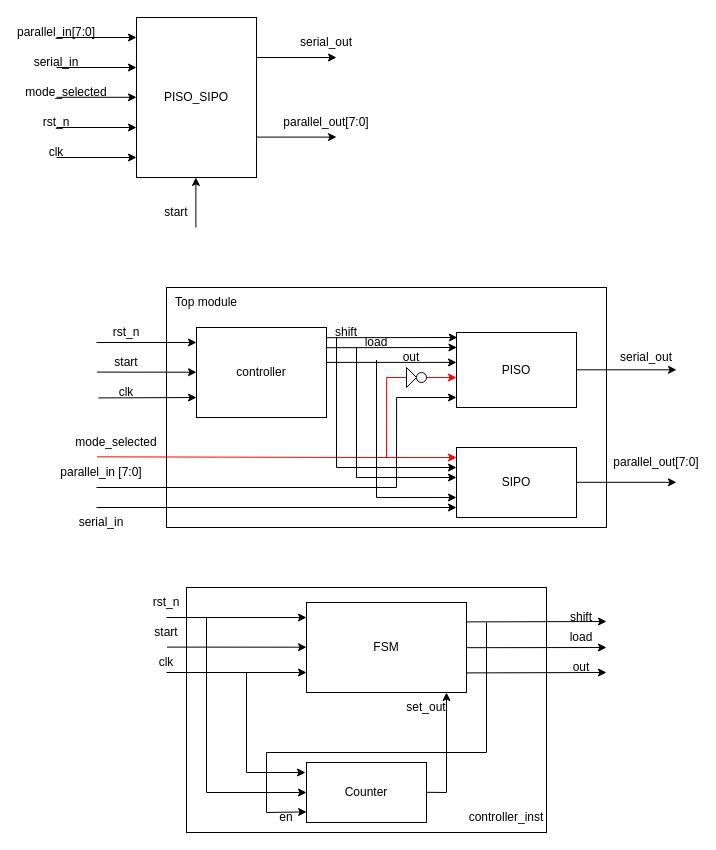
Earlier version of the draw.io diagram page "PISO_SIPO High level block" (1 of 2) of Untitled Diagram.drawio (106210049/SIPO_PISO). Source tidied: cells renumbered, new cells numbered last; positions are measured from the earlier drawing's top-left corner, leaving out a move shared by most shapes. Both pictures are drawn from the tidied source at 100%, with x=0, y=0 at pixel (26, 17).
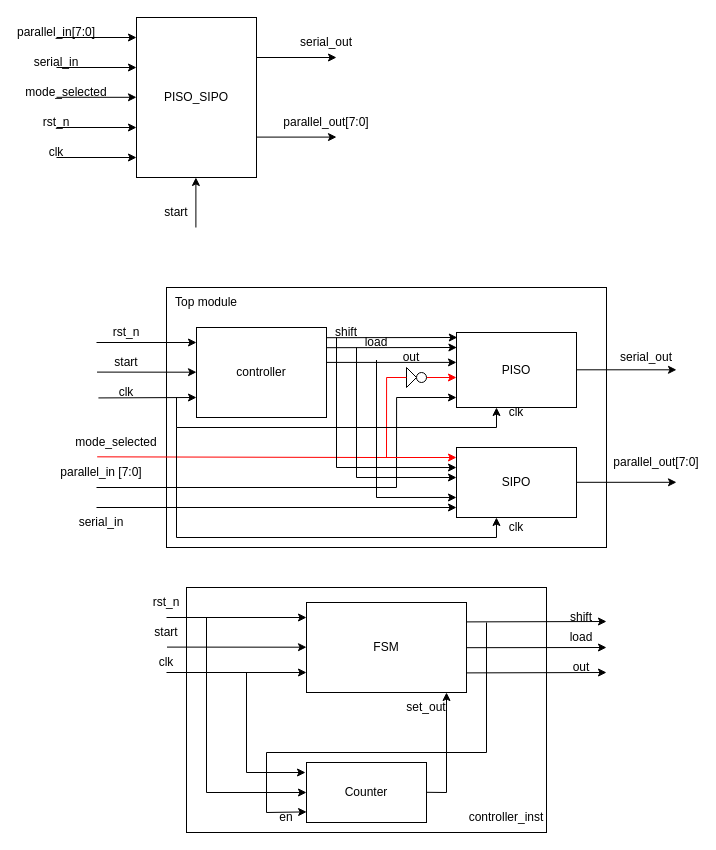
After the change.

Unchanged cells that the change refers to:
```xml
<mxCell id="28" value="SIPO" style="rounded=0;whiteSpace=wrap;html=1;" parent="1" vertex="1">
  <mxGeometry x="430" y="430" width="120" height="70" as="geometry" />
</mxCell>
```

Change to the diagram source:
```diff
@@
+    <mxCell id="88" style="rounded=0;whiteSpace=wrap;html=1;" parent="1" vertex="1">
+      <mxGeometry x="140" y="270" width="440" height="260" as="geometry" />
+    </mxCell>
@@
-    <mxCell id="3" style="rounded=0;whiteSpace=wrap;html=1;" parent="1" vertex="1">
-      <mxGeometry x="140" y="270" width="440" height="240" as="geometry" />
-    </mxCell>
@@
+    <mxCell id="89" style="endArrow=classic;html=1;rounded=0;" parent="1" edge="1">
+      <mxGeometry relative="1" as="geometry">
+        <mxPoint x="470" y="410" as="sourcePoint" />
+        <mxPoint x="470" y="390" as="targetPoint" />
+      </mxGeometry>
+    </mxCell>
+    <mxCell id="90" style="endArrow=none;html=1;rounded=0;" parent="1" edge="1">
+      <mxGeometry relative="1" as="geometry">
+        <mxPoint x="150" y="410" as="sourcePoint" />
+        <mxPoint x="150" y="380" as="targetPoint" />
+      </mxGeometry>
+    </mxCell>
+    <mxCell id="91" style="endArrow=none;html=1;rounded=0;" parent="1" edge="1">
+      <mxGeometry relative="1" as="geometry">
+        <mxPoint x="150" y="410" as="sourcePoint" />
+        <mxPoint x="470" y="410" as="targetPoint" />
+      </mxGeometry>
+    </mxCell>
+    <mxCell id="92" style="endArrow=none;html=1;rounded=0;" parent="1" edge="1">
+      <mxGeometry relative="1" as="geometry">
+        <mxPoint x="150" y="520" as="sourcePoint" />
+        <mxPoint x="150" y="410" as="targetPoint" />
+      </mxGeometry>
+    </mxCell>
+    <mxCell id="93" style="endArrow=none;html=1;rounded=0;" parent="1" edge="1">
+      <mxGeometry relative="1" as="geometry">
+        <mxPoint x="150" y="520" as="sourcePoint" />
+        <mxPoint x="470" y="520" as="targetPoint" />
+      </mxGeometry>
+    </mxCell>
+    <mxCell id="94" style="endArrow=classic;html=1;rounded=0;entryX=0.333;entryY=1;entryDx=0;entryDy=0;entryPerimeter=0;" parent="1" edge="1" target="28">
+      <mxGeometry relative="1" as="geometry">
+        <mxPoint x="470" y="520" as="sourcePoint" />
+      </mxGeometry>
+    </mxCell>
+    <mxCell id="95" value="clk" style="text;strokeColor=none;align=center;fillColor=none;html=1;verticalAlign=middle;whiteSpace=wrap;rounded=0;" parent="1" vertex="1">
+      <mxGeometry x="460" y="380" width="60" height="30" as="geometry" />
+    </mxCell>
+    <mxCell id="96" value="clk" style="text;strokeColor=none;align=center;fillColor=none;html=1;verticalAlign=middle;whiteSpace=wrap;rounded=0;" parent="1" vertex="1">
+      <mxGeometry x="460" y="495" width="60" height="30" as="geometry" />
+    </mxCell>
```
